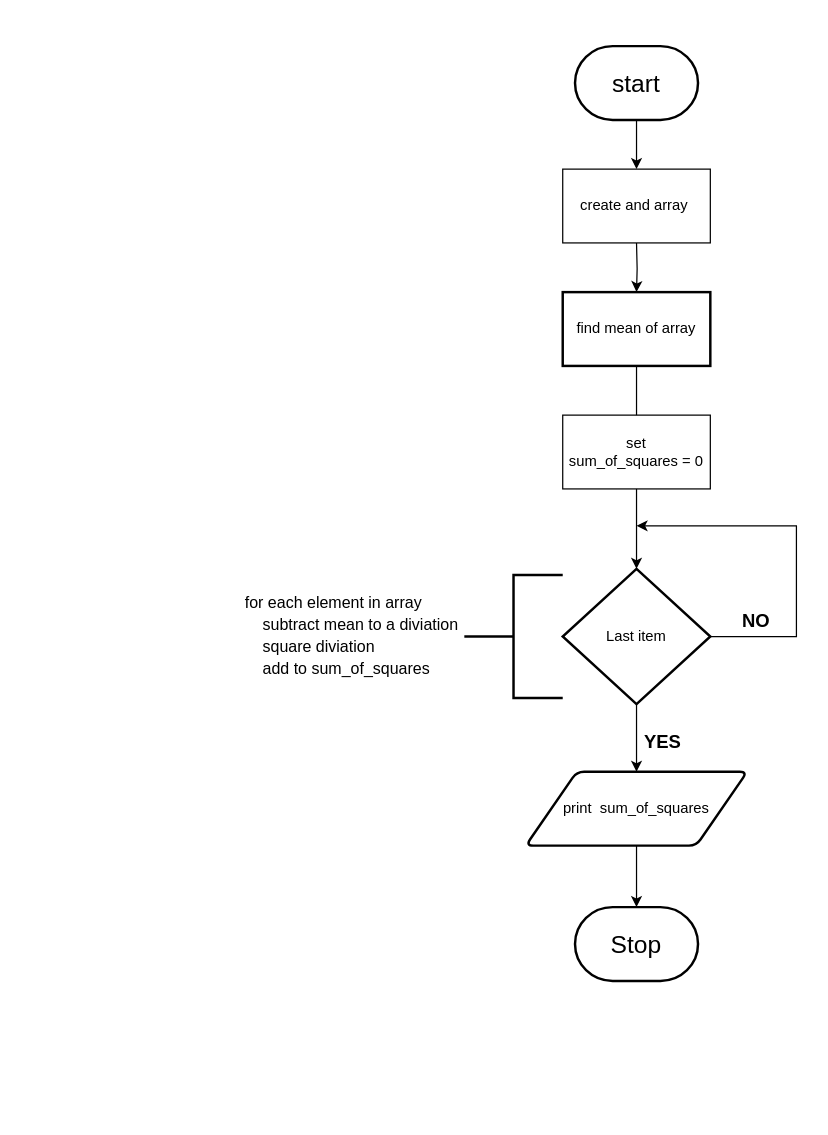
This is Untitled Diagram.drawio from griffin919/flowcharts, a draw.io file, before an edit. Source tidied: cells renumbered, new cells numbered last; positions are measured from the earlier drawing's top-left corner, leaving out a move shared by most shapes. Both pictures are drawn from the tidied source at 123%, with x=0, y=0 at pixel (242, 46).
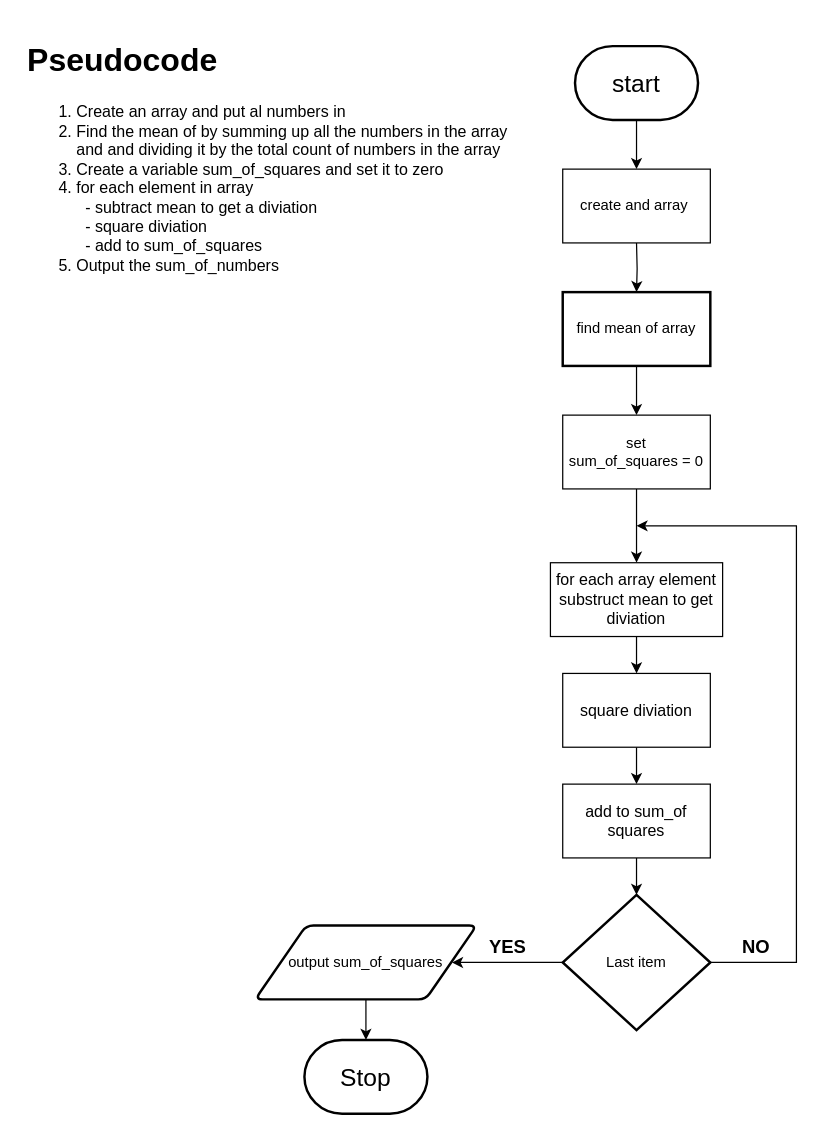
The same page after the edit.

Commit message:
second draft

Unchanged cells that the change refers to:
```xml
<mxCell id="6" value="find mean of array" style="whiteSpace=wrap;html=1;strokeWidth=2;" parent="1" vertex="1">
  <mxGeometry x="260" y="200" width="120" height="60" as="geometry" />
</mxCell>
<mxCell id="16" value="set&lt;br style=&quot;border-color: var(--border-color);&quot;&gt;sum_of_squares = 0" style="rounded=0;whiteSpace=wrap;html=1;fontSize=12;" parent="1" vertex="1">
  <mxGeometry x="260" y="300" width="120" height="60" as="geometry" />
</mxCell>
```

Change to the diagram source:
```diff
@@
-    <mxCell id="5" style="edgeStyle=orthogonalEdgeStyle;rounded=0;jettySize=auto;html=1;fontSize=20;" parent="1" edge="1" source="6" target="9">
-      <mxGeometry relative="1" as="geometry" />
-    </mxCell>
+    <mxCell id="19" style="edgeStyle=orthogonalEdgeStyle;rounded=0;jettySize=auto;html=1;fontSize=13;" parent="1" edge="1" source="6" target="16">
+      <mxGeometry relative="1" as="geometry" />
+    </mxCell>
@@
     <mxCell id="7" style="edgeStyle=orthogonalEdgeStyle;rounded=0;jettySize=auto;html=1;fontSize=20;" parent="1" edge="1" source="9">
       <mxGeometry relative="1" as="geometry">
         <mxPoint x="320" y="390" as="targetPoint" />
         <Array as="points">
-          <mxPoint x="450" y="480" />
+          <mxPoint x="450" y="745" />
+          <mxPoint x="450" y="390" />
         </Array>
       </mxGeometry>
     </mxCell>
-    <mxCell id="8" style="edgeStyle=orthogonalEdgeStyle;rounded=0;jettySize=auto;html=1;fontSize=20;" parent="1" edge="1" source="9">
-      <mxGeometry relative="1" as="geometry">
-        <mxPoint x="320" y="590" as="targetPoint" />
-      </mxGeometry>
-    </mxCell>
+    <mxCell id="20" style="edgeStyle=orthogonalEdgeStyle;rounded=0;jettySize=auto;html=1;fontSize=13;" parent="1" edge="1" source="9">
+      <mxGeometry relative="1" as="geometry">
+        <mxPoint x="170" y="745" as="targetPoint" />
+      </mxGeometry>
+    </mxCell>
     <mxCell id="9" value="Last item" style="rhombus;whiteSpace=wrap;html=1;strokeWidth=2;" parent="1" vertex="1">
-      <mxGeometry x="260" y="425" width="120" height="110" as="geometry" />
+      <mxGeometry x="260" y="690" width="120" height="110" as="geometry" />
     </mxCell>
     <mxCell id="10" value="Stop" style="strokeWidth=2;html=1;shape=mxgraph.flowchart.terminator;whiteSpace=wrap;fontSize=20;" parent="1" vertex="1">
-      <mxGeometry x="270" y="700" width="100" height="60" as="geometry" />
+      <mxGeometry x="50" y="808" width="100" height="60" as="geometry" />
     </mxCell>
-    <mxCell id="11" value="&lt;font style=&quot;font-size: 15px;&quot;&gt;&lt;b&gt;YES&lt;/b&gt;&lt;/font&gt;" style="text;html=1;align=center;verticalAlign=middle;strokeColor=none;fillColor=none;fontSize=20;" parent="1" vertex="1">
-      <mxGeometry x="316" y="543" width="50" height="40" as="geometry" />
-    </mxCell>
     <mxCell id="12" value="&lt;span style=&quot;font-size: 15px;&quot;&gt;&lt;b&gt;NO&lt;/b&gt;&lt;/span&gt;" style="text;html=1;align=center;verticalAlign=middle;strokeColor=none;fillColor=none;fontSize=20;" parent="1" vertex="1">
-      <mxGeometry x="392" y="445" width="50" height="40" as="geometry" />
+      <mxGeometry x="392" y="710" width="50" height="40" as="geometry" />
     </mxCell>
-    <mxCell id="13" style="strokeWidth=2;html=1;shape=mxgraph.flowchart.annotation_2;align=left;labelPosition=right;fontSize=15;" parent="1" vertex="1">
-      <mxGeometry x="180" y="430" width="80" height="100" as="geometry" />
-    </mxCell>
-    <mxCell id="14" value="&lt;font style=&quot;font-size: 13px;&quot;&gt;for each element in array&lt;br&gt;&amp;nbsp; &amp;nbsp; subtract mean to a diviation&lt;br&gt;&amp;nbsp; &amp;nbsp; square diviation &lt;br&gt;&amp;nbsp; &amp;nbsp; add to sum_of_squares&lt;/font&gt;" style="text;html=1;strokeColor=none;fillColor=none;align=left;verticalAlign=middle;whiteSpace=wrap;rounded=0;fontSize=15;" parent="1" vertex="1">
-      <mxGeometry y="460" width="190" height="35" as="geometry" />
-    </mxCell>
@@
+    <mxCell id="21" style="edgeStyle=orthogonalEdgeStyle;rounded=0;jettySize=auto;html=1;fontSize=13;" parent="1" edge="1" source="16" target="24">
+      <mxGeometry relative="1" as="geometry" />
+    </mxCell>
@@
-    <mxCell id="17" style="edgeStyle=orthogonalEdgeStyle;rounded=0;jettySize=auto;html=1;fontSize=12;" parent="1" edge="1" source="18" target="10">
+    <mxCell id="17" style="edgeStyle=orthogonalEdgeStyle;rounded=0;jettySize=auto;html=1;fontSize=13;" parent="1" edge="1" source="18" target="10">
       <mxGeometry relative="1" as="geometry" />
     </mxCell>
-    <mxCell id="18" value="print&amp;nbsp; sum_of_squares" style="shape=parallelogram;html=1;strokeWidth=2;perimeter=parallelogramPerimeter;whiteSpace=wrap;rounded=1;arcSize=12;size=0.23;fontSize=12;" parent="1" vertex="1">
-      <mxGeometry x="230" y="590" width="180" height="60" as="geometry" />
+    <mxCell id="18" value="output sum_of_squares" style="shape=parallelogram;html=1;strokeWidth=2;perimeter=parallelogramPerimeter;whiteSpace=wrap;rounded=1;arcSize=12;size=0.23;fontSize=12;" parent="1" vertex="1">
+      <mxGeometry x="10" y="715" width="180" height="60" as="geometry" />
     </mxCell>
+    <mxCell id="22" value="&lt;h1&gt;Pseudocode&lt;/h1&gt;&lt;p&gt;&lt;/p&gt;&lt;ol&gt;&lt;li&gt;Create an array and put al numbers in&lt;br&gt;&lt;/li&gt;&lt;li&gt;Find the mean of by summing up all the numbers in the array and and dividing it by the total count of numbers in the array&lt;br&gt;&lt;/li&gt;&lt;li&gt;Create a variable sum_of_squares and set it to zero&lt;/li&gt;&lt;li&gt;for each element in array&lt;br style=&quot;border-color: var(--border-color);&quot;&gt;&amp;nbsp; - subtract mean to get a diviation&lt;br style=&quot;border-color: var(--border-color);&quot;&gt;&amp;nbsp; - square diviation&lt;br style=&quot;border-color: var(--border-color);&quot;&gt;&amp;nbsp; - add to sum_of_squares&lt;br&gt;&lt;/li&gt;&lt;li&gt;Output the sum_of_numbers&lt;/li&gt;&lt;/ol&gt;&lt;p&gt;&lt;/p&gt;" style="text;html=1;strokeColor=none;fillColor=none;spacing=5;spacingTop=-20;whiteSpace=wrap;overflow=hidden;rounded=0;fontSize=13;" parent="1" vertex="1">
+      <mxGeometry x="-180" y="-10" width="400" height="280" as="geometry" />
+    </mxCell>
+    <mxCell id="23" style="edgeStyle=orthogonalEdgeStyle;rounded=0;jettySize=auto;html=1;fontSize=13;" parent="1" edge="1" source="24" target="26">
+      <mxGeometry relative="1" as="geometry" />
+    </mxCell>
+    <mxCell id="24" value="for each array element substruct mean to get diviation" style="rounded=0;whiteSpace=wrap;html=1;fontSize=13;" parent="1" vertex="1">
+      <mxGeometry x="250" y="420" width="140" height="60" as="geometry" />
+    </mxCell>
+    <mxCell id="25" style="edgeStyle=orthogonalEdgeStyle;rounded=0;jettySize=auto;html=1;fontSize=13;" parent="1" edge="1" source="26" target="28">
+      <mxGeometry relative="1" as="geometry" />
+    </mxCell>
+    <mxCell id="26" value="square diviation" style="rounded=0;whiteSpace=wrap;html=1;fontSize=13;" parent="1" vertex="1">
+      <mxGeometry x="260" y="510" width="120" height="60" as="geometry" />
+    </mxCell>
+    <mxCell id="27" style="edgeStyle=orthogonalEdgeStyle;rounded=0;jettySize=auto;html=1;fontSize=13;" parent="1" edge="1" source="28" target="9">
+      <mxGeometry relative="1" as="geometry" />
+    </mxCell>
+    <mxCell id="28" value="add to sum_of squares" style="rounded=0;whiteSpace=wrap;html=1;fontSize=13;" parent="1" vertex="1">
+      <mxGeometry x="260" y="600" width="120" height="60" as="geometry" />
+    </mxCell>
+    <mxCell id="11" value="&lt;font style=&quot;font-size: 15px;&quot;&gt;&lt;b&gt;YES&lt;/b&gt;&lt;/font&gt;" style="text;html=1;align=center;verticalAlign=middle;strokeColor=none;fillColor=none;fontSize=20;" parent="1" vertex="1">
+      <mxGeometry x="190" y="710" width="50" height="40" as="geometry" />
+    </mxCell>
```
